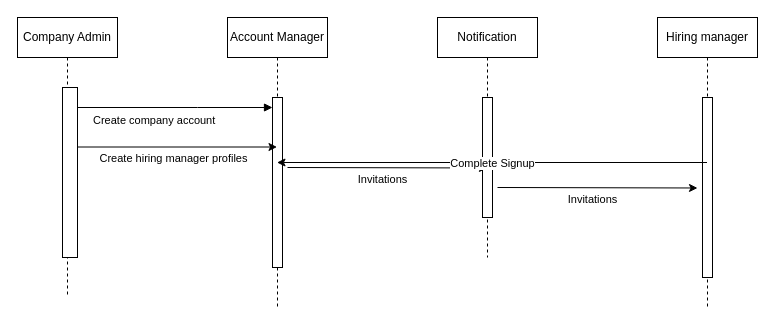
The draw.io diagram Usecases/RawImages/company-hiringmanager-signup.drawio in SK11GS/Builders-Glitch, before the edit. Source tidied: cells renumbered, new cells numbered last; positions are measured from the earlier drawing's top-left corner, leaving out a move shared by most shapes. Both pictures are drawn from the tidied source at 100%, with x=0, y=0 at pixel (17, 17).
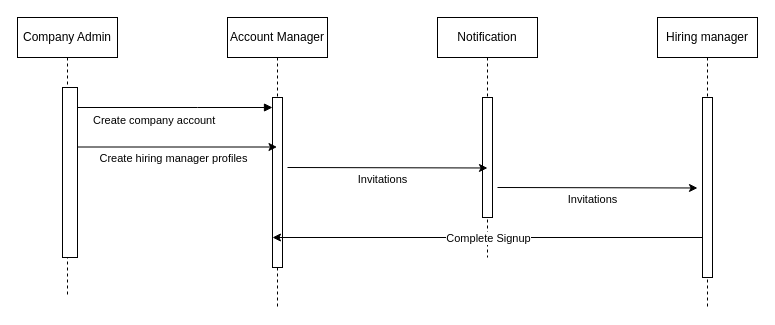
The same diagram, later.

Unchanged cells that the change refers to:
```xml
<mxCell id="4" value="Account Manager" style="shape=umlLifeline;perimeter=lifelinePerimeter;whiteSpace=wrap;html=1;outlineConnect=0;portConstraint=eastwest;newEdgeStyle={&quot;edgeStyle&quot;:&quot;elbowEdgeStyle&quot;,&quot;elbow&quot;:&quot;vertical&quot;,&quot;curved&quot;:0,&quot;rounded&quot;:0};" parent="1" vertex="1">
  <mxGeometry x="210" width="100" height="290" as="geometry" />
</mxCell>
<mxCell id="9" value="Hiring manager" style="shape=umlLifeline;perimeter=lifelinePerimeter;whiteSpace=wrap;html=1;outlineConnect=0;portConstraint=eastwest;newEdgeStyle={&quot;edgeStyle&quot;:&quot;elbowEdgeStyle&quot;,&quot;elbow&quot;:&quot;vertical&quot;,&quot;curved&quot;:0,&quot;rounded&quot;:0};" parent="1" vertex="1">
  <mxGeometry x="640" width="100" height="290" as="geometry" />
</mxCell>
```

What changed in the source:
```diff
@@
-    <mxCell id="17" style="endArrow=classic;html=1;rounded=0;" parent="1" edge="1" source="9" target="4">
-      <mxGeometry relative="1" as="geometry" />
+    <mxCell id="17" style="endArrow=classic;html=1;rounded=0;" parent="1" edge="1">
+      <mxGeometry relative="1" as="geometry">
+        <mxPoint x="685" y="220" as="sourcePoint" />
+        <mxPoint x="255" y="220" as="targetPoint" />
+      </mxGeometry>
     </mxCell>
```
